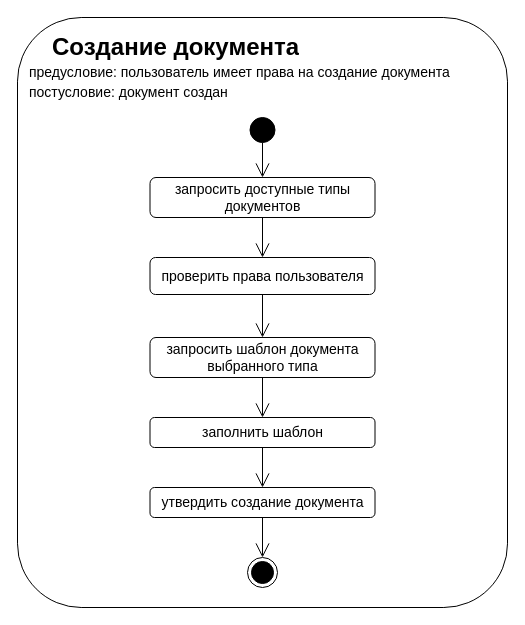
black-jack-j/jurassiccrm keeps this draw.io diagram as docs/SAD/create-document-uc-view.drawio. Above is the earlier version. Source tidied: cells renumbered, new cells numbered last; positions are measured from the earlier drawing's top-left corner, leaving out a move shared by most shapes. Both pictures are drawn from the tidied source at 100%, with x=0, y=0 at pixel (17, 17).
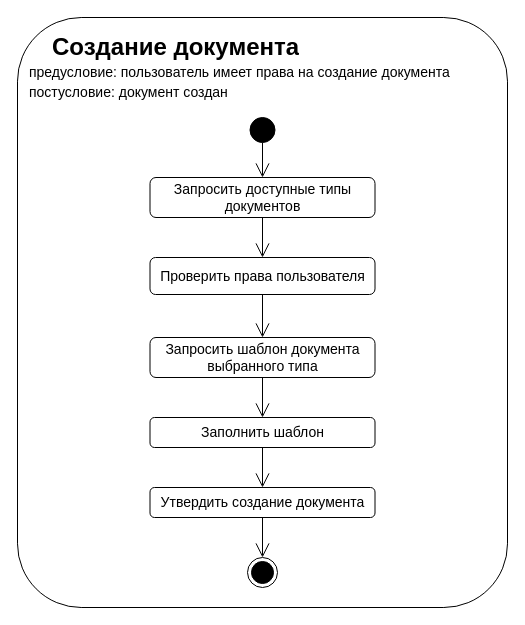
The same page after the edit.

Change to the diagram source:
```diff
@@
 <mxGraphModel>
   <root>
     <mxCell id="0" />
     <mxCell id="1" parent="0" />
     <mxCell id="2" style="rounded=1;whiteSpace=wrap;html=1;strokeColor=#000000;arcSize=13;" parent="1" vertex="1">
       <mxGeometry width="490" height="590" as="geometry" />
     </mxCell>
     <mxCell id="3" value="&lt;h1&gt;Создание документа&lt;/h1&gt;" style="text;html=1;strokeColor=none;fillColor=none;spacing=5;spacingTop=-20;whiteSpace=wrap;overflow=hidden;rounded=0;" parent="1" vertex="1">
       <mxGeometry x="30" y="10" width="260" height="40" as="geometry" />
     </mxCell>
     <mxCell id="4" value="предусловие: пользователь имеет права на создание документа" style="text;html=1;strokeColor=none;fillColor=none;align=left;verticalAlign=middle;whiteSpace=wrap;rounded=0;fontSize=14;" parent="1" vertex="1">
       <mxGeometry x="10" y="40" width="430" height="30" as="geometry" />
     </mxCell>
     <mxCell id="5" value="постусловие: документ создан" style="text;html=1;strokeColor=none;fillColor=none;align=left;verticalAlign=middle;whiteSpace=wrap;rounded=0;fontSize=14;" parent="1" vertex="1">
       <mxGeometry x="10" y="60" width="430" height="30" as="geometry" />
     </mxCell>
     <mxCell id="6" style="edgeStyle=orthogonalEdgeStyle;rounded=0;jettySize=auto;html=1;fontSize=14;strokeColor=#000000;endArrow=open;endFill=0;startSize=6;endSize=12;" parent="1" edge="1" source="7" target="9">
       <mxGeometry relative="1" as="geometry" />
     </mxCell>
     <mxCell id="7" style="ellipse;whiteSpace=wrap;html=1;fontSize=14;strokeColor=#000000;align=left;fillColor=#000000;" parent="1" vertex="1">
       <mxGeometry x="232.5" y="100" width="25" height="25" as="geometry" />
     </mxCell>
     <mxCell id="8" style="edgeStyle=orthogonalEdgeStyle;rounded=0;jettySize=auto;html=1;fontSize=14;endArrow=open;endFill=0;startSize=6;endSize=12;strokeColor=#000000;" parent="1" edge="1" source="9" target="11">
       <mxGeometry relative="1" as="geometry" />
     </mxCell>
-    <mxCell id="9" value="запросить доступные типы документов" style="rounded=1;whiteSpace=wrap;html=1;fontSize=14;strokeColor=#000000;align=center;" parent="1" vertex="1">
+    <mxCell id="9" value="Запросить доступные типы документов" style="rounded=1;whiteSpace=wrap;html=1;fontSize=14;strokeColor=#000000;align=center;" parent="1" vertex="1">
       <mxGeometry x="132.5" y="160" width="225" height="40" as="geometry" />
     </mxCell>
     <mxCell id="10" style="edgeStyle=orthogonalEdgeStyle;rounded=0;jettySize=auto;html=1;fontSize=14;endArrow=open;endFill=0;startSize=6;endSize=12;strokeColor=#000000;" parent="1" edge="1" source="11" target="13">
       <mxGeometry relative="1" as="geometry" />
     </mxCell>
-    <mxCell id="11" value="проверить права пользователя" style="rounded=1;whiteSpace=wrap;html=1;fontSize=14;strokeColor=#000000;align=center;" parent="1" vertex="1">
+    <mxCell id="11" value="Проверить права пользователя" style="rounded=1;whiteSpace=wrap;html=1;fontSize=14;strokeColor=#000000;align=center;" parent="1" vertex="1">
       <mxGeometry x="132.5" y="240" width="225" height="37" as="geometry" />
     </mxCell>
     <mxCell id="12" style="edgeStyle=orthogonalEdgeStyle;rounded=0;jettySize=auto;html=1;entryX=0.5;entryY=0;entryDx=0;entryDy=0;fontSize=14;endArrow=open;endFill=0;startSize=6;endSize=12;strokeColor=#000000;" parent="1" edge="1" source="13" target="15">
       <mxGeometry relative="1" as="geometry" />
     </mxCell>
-    <mxCell id="13" value="запросить шаблон документа выбранного типа" style="rounded=1;whiteSpace=wrap;html=1;fontSize=14;strokeColor=#000000;align=center;spacingTop=0;spacingBottom=0;spacing=2;" parent="1" vertex="1">
+    <mxCell id="13" value="Запросить шаблон документа выбранного типа" style="rounded=1;whiteSpace=wrap;html=1;fontSize=14;strokeColor=#000000;align=center;spacingTop=0;spacingBottom=0;spacing=2;" parent="1" vertex="1">
       <mxGeometry x="132.5" y="320" width="225" height="40" as="geometry" />
     </mxCell>
     <mxCell id="14" style="edgeStyle=orthogonalEdgeStyle;rounded=0;jettySize=auto;html=1;fontSize=14;endArrow=open;endFill=0;startSize=6;endSize=12;strokeColor=#000000;" parent="1" edge="1" source="15" target="17">
       <mxGeometry relative="1" as="geometry" />
     </mxCell>
-    <mxCell id="15" value="заполнить шаблон" style="rounded=1;whiteSpace=wrap;html=1;fontSize=14;strokeColor=#000000;align=center;" parent="1" vertex="1">
+    <mxCell id="15" value="Заполнить шаблон" style="rounded=1;whiteSpace=wrap;html=1;fontSize=14;strokeColor=#000000;align=center;" parent="1" vertex="1">
       <mxGeometry x="132.5" y="400" width="225" height="30" as="geometry" />
     </mxCell>
     <mxCell id="16" style="edgeStyle=orthogonalEdgeStyle;rounded=0;jettySize=auto;html=1;fontSize=14;endArrow=open;endFill=0;startSize=6;endSize=12;strokeColor=#000000;" parent="1" edge="1" source="17" target="18">
       <mxGeometry relative="1" as="geometry" />
     </mxCell>
-    <mxCell id="17" value="утвердить создание документа" style="rounded=1;whiteSpace=wrap;html=1;fontSize=14;strokeColor=#000000;align=center;" parent="1" vertex="1">
+    <mxCell id="17" value="Утвердить создание документа" style="rounded=1;whiteSpace=wrap;html=1;fontSize=14;strokeColor=#000000;align=center;" parent="1" vertex="1">
       <mxGeometry x="132.5" y="470" width="225" height="30" as="geometry" />
     </mxCell>
     <mxCell id="18" style="ellipse;html=1;shape=endState;fillColor=#000000;strokeColor=#000000;fontSize=14;align=center;" parent="1" vertex="1">
       <mxGeometry x="230" y="540" width="30" height="30" as="geometry" />
     </mxCell>
   </root>
 </mxGraphModel>
```
